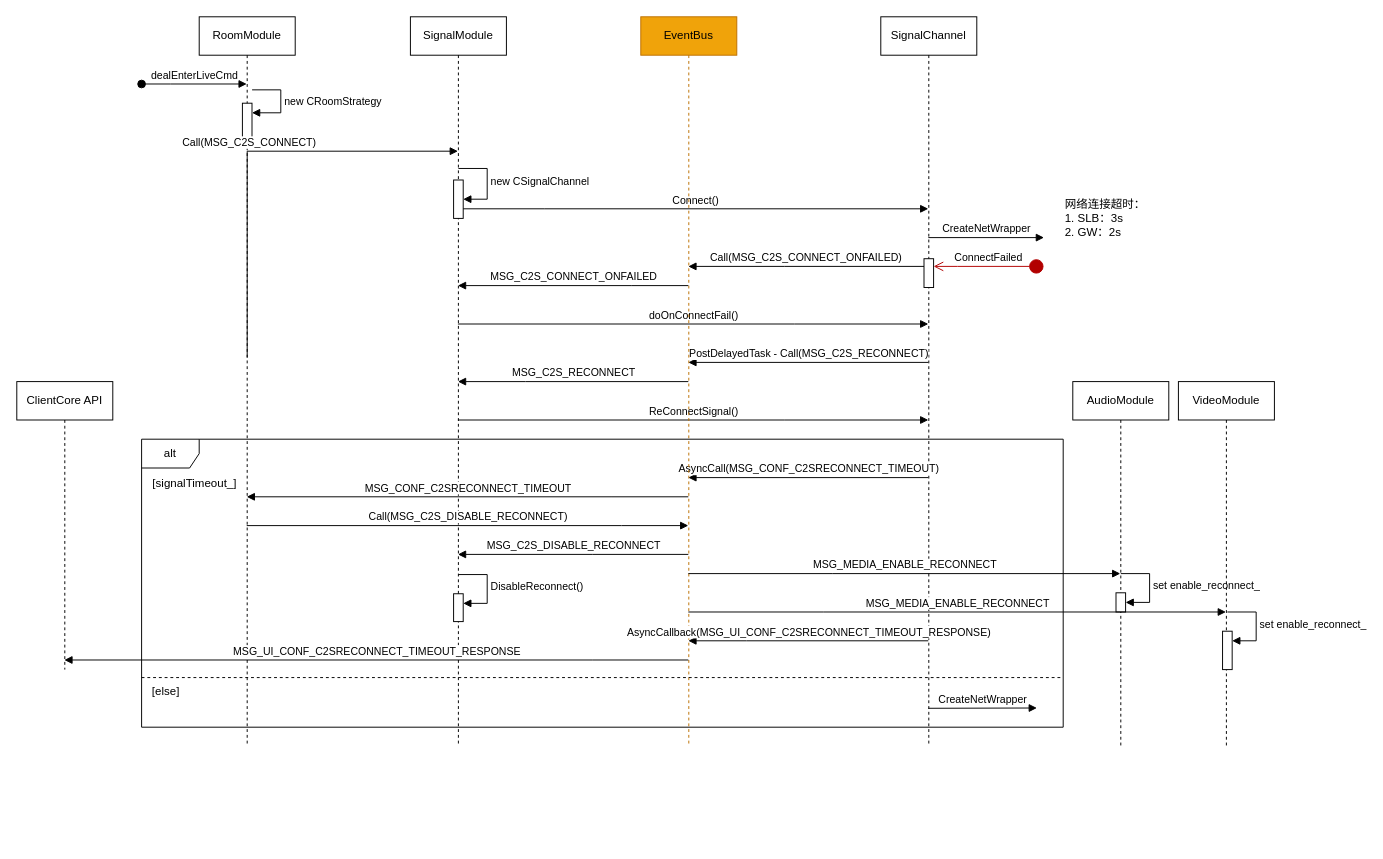
Before: reconnect.drawio in cnnop007/arch-docs, a draw.io diagram. Source tidied: cells renumbered, new cells numbered last; positions are measured from the earlier drawing's top-left corner, leaving out a move shared by most shapes. Both pictures are drawn from the tidied source at 96%, with x=0, y=0 at pixel (16, 16).
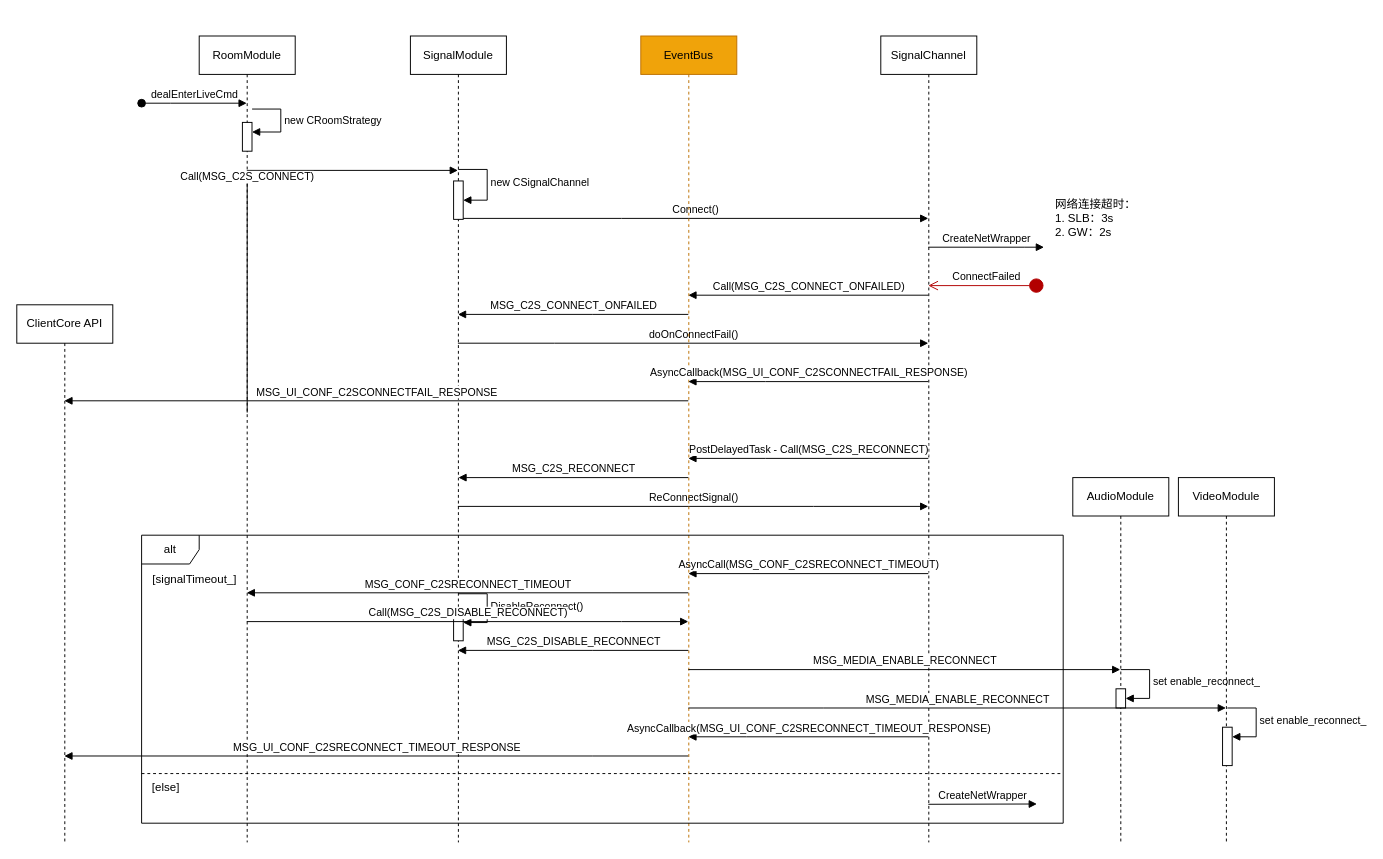
The same diagram, later.

What changed in the source:
```diff
@@
     <mxCell id="2" value="RoomModule" style="shape=umlLifeline;perimeter=lifelinePerimeter;whiteSpace=wrap;html=1;outlineConnect=0;portConstraint=eastwest;newEdgeStyle={&quot;edgeStyle&quot;:&quot;elbowEdgeStyle&quot;,&quot;elbow&quot;:&quot;vertical&quot;,&quot;curved&quot;:0,&quot;rounded&quot;:0};" parent="1" vertex="1">
-      <mxGeometry x="190" width="100" height="760" as="geometry" />
+      <mxGeometry x="190" y="20" width="100" height="840" as="geometry" />
     </mxCell>
@@
     <mxCell id="4" style="html=1;points=[];perimeter=orthogonalPerimeter;outlineConnect=0;targetShapes=umlLifeline;portConstraint=eastwest;newEdgeStyle={&quot;edgeStyle&quot;:&quot;elbowEdgeStyle&quot;,&quot;elbow&quot;:&quot;vertical&quot;,&quot;curved&quot;:0,&quot;rounded&quot;:0};" parent="2" vertex="1">
-      <mxGeometry x="45" y="90" width="10" height="40" as="geometry" />
+      <mxGeometry x="45" y="90" width="10" height="30" as="geometry" />
     </mxCell>
@@
     <mxCell id="6" value="SignalModule" style="shape=umlLifeline;perimeter=lifelinePerimeter;whiteSpace=wrap;html=1;outlineConnect=0;portConstraint=eastwest;newEdgeStyle={&quot;edgeStyle&quot;:&quot;elbowEdgeStyle&quot;,&quot;elbow&quot;:&quot;vertical&quot;,&quot;curved&quot;:0,&quot;rounded&quot;:0};" parent="1" vertex="1">
-      <mxGeometry x="410" width="100" height="760" as="geometry" />
+      <mxGeometry x="410" y="20" width="100" height="840" as="geometry" />
     </mxCell>
     <mxCell id="7" style="html=1;points=[];perimeter=orthogonalPerimeter;outlineConnect=0;targetShapes=umlLifeline;portConstraint=eastwest;newEdgeStyle={&quot;edgeStyle&quot;:&quot;elbowEdgeStyle&quot;,&quot;elbow&quot;:&quot;vertical&quot;,&quot;curved&quot;:0,&quot;rounded&quot;:0};" parent="6" vertex="1">
-      <mxGeometry x="45" y="170" width="10" height="40" as="geometry" />
+      <mxGeometry x="45" y="151" width="10" height="40" as="geometry" />
     </mxCell>
     <mxCell id="8" value="new&amp;nbsp;CSignalChannel" style="html=1;align=left;spacingLeft=2;endArrow=block;rounded=0;edgeStyle=orthogonalEdgeStyle;curved=0;rounded=0;" parent="6" edge="1" target="7">
       <mxGeometry relative="1" as="geometry">
-        <mxPoint x="50" y="158" as="sourcePoint" />
+        <mxPoint x="50" y="139" as="sourcePoint" />
         <Array as="points">
-          <mxPoint x="80" y="158" />
-          <mxPoint x="80" y="190" />
+          <mxPoint x="80" y="139" />
+          <mxPoint x="80" y="171" />
         </Array>
       </mxGeometry>
     </mxCell>
@@
     <mxCell id="11" value="Call(MSG_C2S_CONNECT)" style="html=1;verticalAlign=bottom;endArrow=block;edgeStyle=elbowEdgeStyle;elbow=vertical;curved=0;rounded=0;exitX=0.5;exitY=0.467;exitDx=0;exitDy=0;exitPerimeter=0;" parent="1" edge="1" source="2" target="6">
       <mxGeometry relative="1" as="geometry">
         <Array as="points">
-          <mxPoint x="360" y="140" />
-          <mxPoint x="290" y="110" />
+          <mxPoint x="370" y="160" />
+          <mxPoint x="360" y="240" />
+          <mxPoint x="290" y="210" />
         </Array>
       </mxGeometry>
     </mxCell>
     <mxCell id="12" value="SignalChannel" style="shape=umlLifeline;perimeter=lifelinePerimeter;whiteSpace=wrap;html=1;outlineConnect=0;portConstraint=eastwest;newEdgeStyle={&quot;edgeStyle&quot;:&quot;elbowEdgeStyle&quot;,&quot;elbow&quot;:&quot;vertical&quot;,&quot;curved&quot;:0,&quot;rounded&quot;:0};" parent="1" vertex="1">
-      <mxGeometry x="900" width="100" height="760" as="geometry" />
+      <mxGeometry x="900" y="20" width="100" height="840" as="geometry" />
     </mxCell>
-    <mxCell id="13" style="html=1;points=[];perimeter=orthogonalPerimeter;outlineConnect=0;targetShapes=umlLifeline;portConstraint=eastwest;newEdgeStyle={&quot;edgeStyle&quot;:&quot;elbowEdgeStyle&quot;,&quot;elbow&quot;:&quot;vertical&quot;,&quot;curved&quot;:0,&quot;rounded&quot;:0};" parent="12" vertex="1">
-      <mxGeometry x="45" y="252" width="10" height="30" as="geometry" />
-    </mxCell>
     <mxCell id="14" value="Connect()" style="html=1;verticalAlign=bottom;endArrow=block;edgeStyle=elbowEdgeStyle;elbow=vertical;curved=0;rounded=0;" parent="1" edge="1" source="7" target="12">
       <mxGeometry relative="1" as="geometry">
         <Array as="points">
-          <mxPoint x="550" y="200" />
-          <mxPoint x="650" y="180" />
+          <mxPoint x="630" y="210" />
+          <mxPoint x="550" y="300" />
+          <mxPoint x="650" y="280" />
         </Array>
       </mxGeometry>
     </mxCell>
     <mxCell id="15" value="CreateNetWrapper" style="html=1;verticalAlign=bottom;endArrow=block;edgeStyle=elbowEdgeStyle;elbow=vertical;curved=0;rounded=0;" parent="1" edge="1" source="12">
       <mxGeometry relative="1" as="geometry">
-        <mxPoint x="1070" y="230" as="targetPoint" />
+        <mxPoint x="1070" y="240" as="targetPoint" />
         <Array as="points">
-          <mxPoint x="940" y="230" />
+          <mxPoint x="1050" y="240" />
+          <mxPoint x="940" y="330" />
         </Array>
       </mxGeometry>
     </mxCell>
     <mxCell id="16" value="网络连接超时：&lt;br&gt;1. SLB：3s&lt;br&gt;2. GW：2s" style="text;html=1;align=left;verticalAlign=middle;strokeColor=none;fillColor=none;" parent="1" vertex="1">
-      <mxGeometry x="1090" y="180" width="110" height="60" as="geometry" />
+      <mxGeometry x="1080" y="180" width="110" height="60" as="geometry" />
     </mxCell>
-    <mxCell id="17" value="Call(MSG_C2S_CONNECT_ONFAILED)" style="html=1;verticalAlign=bottom;endArrow=block;edgeStyle=elbowEdgeStyle;elbow=vertical;curved=0;rounded=0;" parent="1" edge="1" source="13" target="22">
+    <mxCell id="17" value="Call(MSG_C2S_CONNECT_ONFAILED)" style="html=1;verticalAlign=bottom;endArrow=block;edgeStyle=elbowEdgeStyle;elbow=vertical;curved=0;rounded=0;" parent="1" edge="1" source="12" target="22">
       <mxGeometry relative="1" as="geometry">
         <Array as="points">
-          <mxPoint x="800" y="260" />
+          <mxPoint x="870" y="290" />
+          <mxPoint x="920" y="340" />
+          <mxPoint x="750" y="300" />
+          <mxPoint x="800" y="302" />
+          <mxPoint x="820" y="300" />
+          <mxPoint x="800" y="360" />
         </Array>
       </mxGeometry>
     </mxCell>
     <mxCell id="18" value="doOnConnectFail()" style="html=1;verticalAlign=bottom;endArrow=block;edgeStyle=elbowEdgeStyle;elbow=vertical;curved=0;rounded=0;" parent="1" edge="1" source="6" target="12">
       <mxGeometry relative="1" as="geometry">
         <Array as="points">
-          <mxPoint x="810" y="320" />
-          <mxPoint x="620" y="310" />
-          <mxPoint x="650" y="290" />
-          <mxPoint x="570" y="280" />
-          <mxPoint x="480" y="280" />
+          <mxPoint x="560" y="340" />
+          <mxPoint x="810" y="420" />
+          <mxPoint x="620" y="410" />
+          <mxPoint x="650" y="390" />
+          <mxPoint x="570" y="380" />
+          <mxPoint x="480" y="380" />
         </Array>
       </mxGeometry>
     </mxCell>
     <mxCell id="19" value="PostDelayedTask - Call(MSG_C2S_RECONNECT)" style="html=1;verticalAlign=bottom;endArrow=block;edgeStyle=elbowEdgeStyle;elbow=vertical;curved=0;rounded=0;" parent="1" edge="1" source="12" target="22">
       <mxGeometry relative="1" as="geometry">
         <Array as="points">
-          <mxPoint x="820" y="360" />
+          <mxPoint x="780" y="460" />
+          <mxPoint x="810" y="420" />
+          <mxPoint x="880" y="380" />
+          <mxPoint x="820" y="460" />
         </Array>
       </mxGeometry>
     </mxCell>
     <mxCell id="20" value="ReConnectSignal()" style="html=1;verticalAlign=bottom;endArrow=block;edgeStyle=elbowEdgeStyle;elbow=vertical;curved=0;rounded=0;" parent="1" edge="1" source="6" target="12">
       <mxGeometry relative="1" as="geometry">
         <Array as="points">
-          <mxPoint x="800" y="420" />
-          <mxPoint x="640" y="400" />
+          <mxPoint x="830" y="510" />
+          <mxPoint x="800" y="520" />
+          <mxPoint x="640" y="500" />
         </Array>
       </mxGeometry>
     </mxCell>
     <mxCell id="21" value="AsyncCall(MSG_CONF_C2SRECONNECT_TIMEOUT)" style="html=1;verticalAlign=bottom;endArrow=block;edgeStyle=elbowEdgeStyle;elbow=vertical;curved=0;rounded=0;" parent="1" edge="1" source="12" target="22">
       <mxGeometry relative="1" as="geometry">
         <Array as="points">
-          <mxPoint x="770" y="480" />
-          <mxPoint x="790" y="490" />
-          <mxPoint x="860" y="500" />
-          <mxPoint x="750" y="490" />
-          <mxPoint x="770" y="465" />
+          <mxPoint x="770" y="580" />
+          <mxPoint x="790" y="590" />
+          <mxPoint x="860" y="600" />
+          <mxPoint x="750" y="590" />
+          <mxPoint x="770" y="565" />
         </Array>
       </mxGeometry>
     </mxCell>
     <mxCell id="22" value="EventBus" style="shape=umlLifeline;perimeter=lifelinePerimeter;whiteSpace=wrap;html=1;outlineConnect=0;portConstraint=eastwest;newEdgeStyle={&quot;edgeStyle&quot;:&quot;elbowEdgeStyle&quot;,&quot;elbow&quot;:&quot;vertical&quot;,&quot;curved&quot;:0,&quot;rounded&quot;:0};strokeColor=#BD7000;fillColor=#f0a30a;fontColor=#000000;" parent="1" vertex="1">
-      <mxGeometry x="650" width="100" height="760" as="geometry" />
+      <mxGeometry x="650" y="20" width="100" height="840" as="geometry" />
     </mxCell>
     <mxCell id="23" value="AsyncCallback(MSG_UI_CONF_C2SRECONNECT_TIMEOUT_RESPONSE)" style="html=1;verticalAlign=bottom;endArrow=block;edgeStyle=elbowEdgeStyle;elbow=vertical;curved=0;rounded=0;" parent="1" edge="1" source="12" target="22">
       <mxGeometry relative="1" as="geometry">
         <Array as="points">
-          <mxPoint x="760" y="650" />
-          <mxPoint x="790" y="620" />
-          <mxPoint x="850" y="600" />
-          <mxPoint x="800" y="560" />
-          <mxPoint x="760" y="544" />
-          <mxPoint x="860" y="510" />
+          <mxPoint x="760" y="750" />
+          <mxPoint x="790" y="720" />
+          <mxPoint x="850" y="700" />
+          <mxPoint x="800" y="660" />
+          <mxPoint x="760" y="644" />
+          <mxPoint x="860" y="610" />
         </Array>
       </mxGeometry>
     </mxCell>
     <mxCell id="24" value="MSG_C2S_CONNECT_ONFAILED" style="html=1;verticalAlign=bottom;endArrow=block;edgeStyle=elbowEdgeStyle;elbow=vertical;curved=0;rounded=0;" parent="1" edge="1" source="22" target="6">
       <mxGeometry relative="1" as="geometry">
         <Array as="points">
-          <mxPoint x="640" y="280" />
-          <mxPoint x="650" y="270" />
-          <mxPoint x="660" y="270" />
-          <mxPoint x="500" y="350" />
+          <mxPoint x="600" y="310" />
+          <mxPoint x="640" y="380" />
+          <mxPoint x="650" y="370" />
+          <mxPoint x="660" y="370" />
+          <mxPoint x="500" y="450" />
         </Array>
       </mxGeometry>
     </mxCell>
-    <mxCell id="25" value="MSG_C2S_RECONNECT" style="html=1;verticalAlign=bottom;endArrow=block;edgeStyle=elbowEdgeStyle;elbow=vertical;curved=0;rounded=0;" parent="1" edge="1" source="22" target="6">
+    <mxCell id="25" value="MSG_C2S_RECONNECT" style="html=1;verticalAlign=bottom;endArrow=block;edgeStyle=elbowEdgeStyle;elbow=vertical;curved=0;rounded=0;" parent="1" edge="1" source="22">
       <mxGeometry relative="1" as="geometry">
+        <mxPoint x="460" y="480" as="targetPoint" />
         <Array as="points">
-          <mxPoint x="530" y="380" />
+          <mxPoint x="680" y="480" />
+          <mxPoint x="520" y="480" />
+          <mxPoint x="490" y="450" />
+          <mxPoint x="660" y="450" />
+          <mxPoint x="660" y="460" />
+          <mxPoint x="500" y="390" />
+          <mxPoint x="480" y="400" />
+          <mxPoint x="660" y="389" />
+          <mxPoint x="670" y="389" />
+          <mxPoint x="650" y="399" />
+          <mxPoint x="510" y="379" />
+          <mxPoint x="500" y="469" />
+          <mxPoint x="490" y="389" />
+          <mxPoint x="670" y="399" />
+          <mxPoint x="670" y="379" />
+          <mxPoint x="670" y="379" />
+          <mxPoint x="530" y="479" />
         </Array>
       </mxGeometry>
     </mxCell>
     <mxCell id="26" style="group;" parent="1" vertex="1">
-      <mxGeometry x="130" y="440" width="960" height="300" as="geometry" />
+      <mxGeometry x="130" y="540" width="960" height="300" as="geometry" />
     </mxCell>
@@
     <mxCell id="32" value="MSG_CONF_C2SRECONNECT_TIMEOUT" style="html=1;verticalAlign=bottom;endArrow=block;edgeStyle=elbowEdgeStyle;elbow=vertical;curved=0;rounded=0;" parent="1" edge="1" source="22" target="2">
       <mxGeometry relative="1" as="geometry">
         <Array as="points">
-          <mxPoint x="620" y="500" />
-          <mxPoint x="560" y="520" />
+          <mxPoint x="620" y="600" />
+          <mxPoint x="560" y="620" />
         </Array>
       </mxGeometry>
     </mxCell>
     <mxCell id="33" value="Call(MSG_C2S_DISABLE_RECONNECT)" style="html=1;verticalAlign=bottom;endArrow=block;edgeStyle=elbowEdgeStyle;elbow=vertical;curved=0;rounded=0;" parent="1" edge="1" source="2" target="22">
       <mxGeometry relative="1" as="geometry">
         <Array as="points">
-          <mxPoint x="630" y="530" />
-          <mxPoint x="430" y="560" />
+          <mxPoint x="630" y="630" />
+          <mxPoint x="430" y="660" />
         </Array>
       </mxGeometry>
     </mxCell>
     <mxCell id="34" value="MSG_C2S_DISABLE_RECONNECT" style="html=1;verticalAlign=bottom;endArrow=block;edgeStyle=elbowEdgeStyle;elbow=vertical;curved=0;rounded=0;" parent="1" edge="1" source="22" target="6">
       <mxGeometry relative="1" as="geometry">
         <Array as="points">
-          <mxPoint x="600" y="560" />
+          <mxPoint x="600" y="660" />
         </Array>
       </mxGeometry>
     </mxCell>
-    <mxCell id="35" value="ConnectFailed" style="html=1;verticalAlign=bottom;startArrow=circle;startFill=1;endArrow=open;startSize=6;endSize=8;edgeStyle=elbowEdgeStyle;elbow=vertical;curved=0;rounded=0;fillColor=#e51400;strokeColor=#B20000;" parent="1" edge="1" target="13">
+    <mxCell id="35" value="ConnectFailed" style="html=1;verticalAlign=bottom;startArrow=circle;startFill=1;endArrow=open;startSize=6;endSize=8;edgeStyle=elbowEdgeStyle;elbow=vertical;curved=0;rounded=0;fillColor=#e51400;strokeColor=#B20000;" parent="1" edge="1" target="12">
       <mxGeometry relative="1" as="geometry">
-        <mxPoint x="1070" y="260" as="sourcePoint" />
+        <mxPoint x="1070" y="280" as="sourcePoint" />
         <Array as="points">
-          <mxPoint x="980" y="260" />
+          <mxPoint x="1000" y="280" />
+          <mxPoint x="980" y="360" />
         </Array>
       </mxGeometry>
     </mxCell>
     <mxCell id="36" value="AudioModule" style="shape=umlLifeline;perimeter=lifelinePerimeter;whiteSpace=wrap;html=1;outlineConnect=0;portConstraint=eastwest;newEdgeStyle={&quot;edgeStyle&quot;:&quot;elbowEdgeStyle&quot;,&quot;elbow&quot;:&quot;vertical&quot;,&quot;curved&quot;:0,&quot;rounded&quot;:0};" parent="1" vertex="1">
-      <mxGeometry x="1100" y="380" width="100" height="380" as="geometry" />
+      <mxGeometry x="1100" y="480" width="100" height="380" as="geometry" />
     </mxCell>
@@
     <mxCell id="39" value="VideoModule" style="shape=umlLifeline;perimeter=lifelinePerimeter;whiteSpace=wrap;html=1;outlineConnect=0;portConstraint=eastwest;newEdgeStyle={&quot;edgeStyle&quot;:&quot;elbowEdgeStyle&quot;,&quot;elbow&quot;:&quot;vertical&quot;,&quot;curved&quot;:0,&quot;rounded&quot;:0};" parent="1" vertex="1">
-      <mxGeometry x="1210" y="380" width="100" height="380" as="geometry" />
+      <mxGeometry x="1210" y="480" width="100" height="380" as="geometry" />
     </mxCell>
@@
     <mxCell id="42" value="MSG_MEDIA_ENABLE_RECONNECT" style="html=1;verticalAlign=bottom;endArrow=block;edgeStyle=elbowEdgeStyle;elbow=vertical;curved=0;rounded=0;" parent="1" edge="1" source="22" target="36">
       <mxGeometry relative="1" as="geometry">
         <Array as="points">
-          <mxPoint x="850" y="580" />
+          <mxPoint x="850" y="680" />
         </Array>
       </mxGeometry>
     </mxCell>
     <mxCell id="43" value="MSG_MEDIA_ENABLE_RECONNECT" style="html=1;verticalAlign=bottom;endArrow=block;edgeStyle=elbowEdgeStyle;elbow=vertical;curved=0;rounded=0;" parent="1" edge="1" source="22" target="39">
       <mxGeometry relative="1" as="geometry">
         <Array as="points">
-          <mxPoint x="840" y="620" />
-          <mxPoint x="1050" y="610" />
-          <mxPoint x="1220" y="610" />
+          <mxPoint x="840" y="720" />
+          <mxPoint x="1050" y="710" />
+          <mxPoint x="1220" y="710" />
         </Array>
       </mxGeometry>
     </mxCell>
     <mxCell id="44" value="ClientCore API" style="shape=umlLifeline;perimeter=lifelinePerimeter;whiteSpace=wrap;html=1;outlineConnect=0;portConstraint=eastwest;newEdgeStyle={&quot;edgeStyle&quot;:&quot;elbowEdgeStyle&quot;,&quot;elbow&quot;:&quot;vertical&quot;,&quot;curved&quot;:0,&quot;rounded&quot;:0};" parent="1" vertex="1">
-      <mxGeometry y="380" width="100" height="300" as="geometry" />
+      <mxGeometry y="300" width="100" height="560" as="geometry" />
     </mxCell>
     <mxCell id="45" value="MSG_UI_CONF_C2SRECONNECT_TIMEOUT_RESPONSE" style="html=1;verticalAlign=bottom;endArrow=block;edgeStyle=elbowEdgeStyle;elbow=vertical;curved=0;rounded=0;" parent="1" edge="1" source="22" target="44">
       <mxGeometry relative="1" as="geometry">
         <Array as="points">
-          <mxPoint x="600" y="670" />
-          <mxPoint x="180" y="680" />
+          <mxPoint x="600" y="770" />
+          <mxPoint x="180" y="780" />
         </Array>
       </mxGeometry>
     </mxCell>
+    <mxCell id="46" value="AsyncCallback(MSG_UI_CONF_C2SCONNECTFAIL_RESPONSE)" style="html=1;verticalAlign=bottom;endArrow=block;edgeStyle=elbowEdgeStyle;elbow=vertical;curved=0;rounded=0;" parent="1" edge="1" source="12" target="22">
+      <mxGeometry relative="1" as="geometry">
+        <Array as="points">
+          <mxPoint x="780" y="380" />
+        </Array>
+      </mxGeometry>
+    </mxCell>
+    <mxCell id="47" value="MSG_UI_CONF_C2SCONNECTFAIL_RESPONSE" style="html=1;verticalAlign=bottom;endArrow=block;edgeStyle=elbowEdgeStyle;elbow=vertical;curved=0;rounded=0;" parent="1" edge="1" source="22" target="44">
+      <mxGeometry relative="1" as="geometry">
+        <Array as="points">
+          <mxPoint x="370" y="400" />
+        </Array>
+      </mxGeometry>
+    </mxCell>
```
